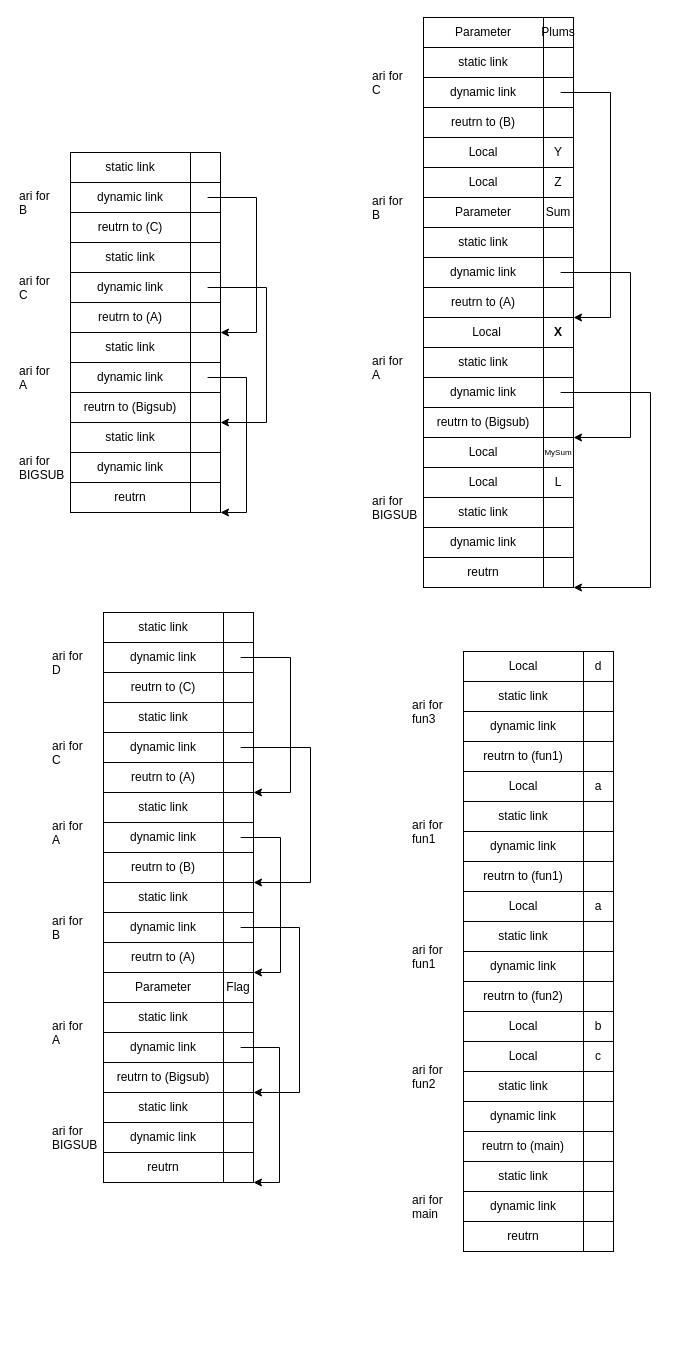
HansenWang983/A-Social-Media-Web-App-with-Microservices keeps this draw.io diagram as stack.drawio. Above is the earlier version. Source tidied: cells renumbered, new cells numbered last; positions are measured from the earlier drawing's top-left corner, leaving out a move shared by most shapes. Both pictures are drawn from the tidied source at 100%, with x=0, y=0 at pixel (17, 17).
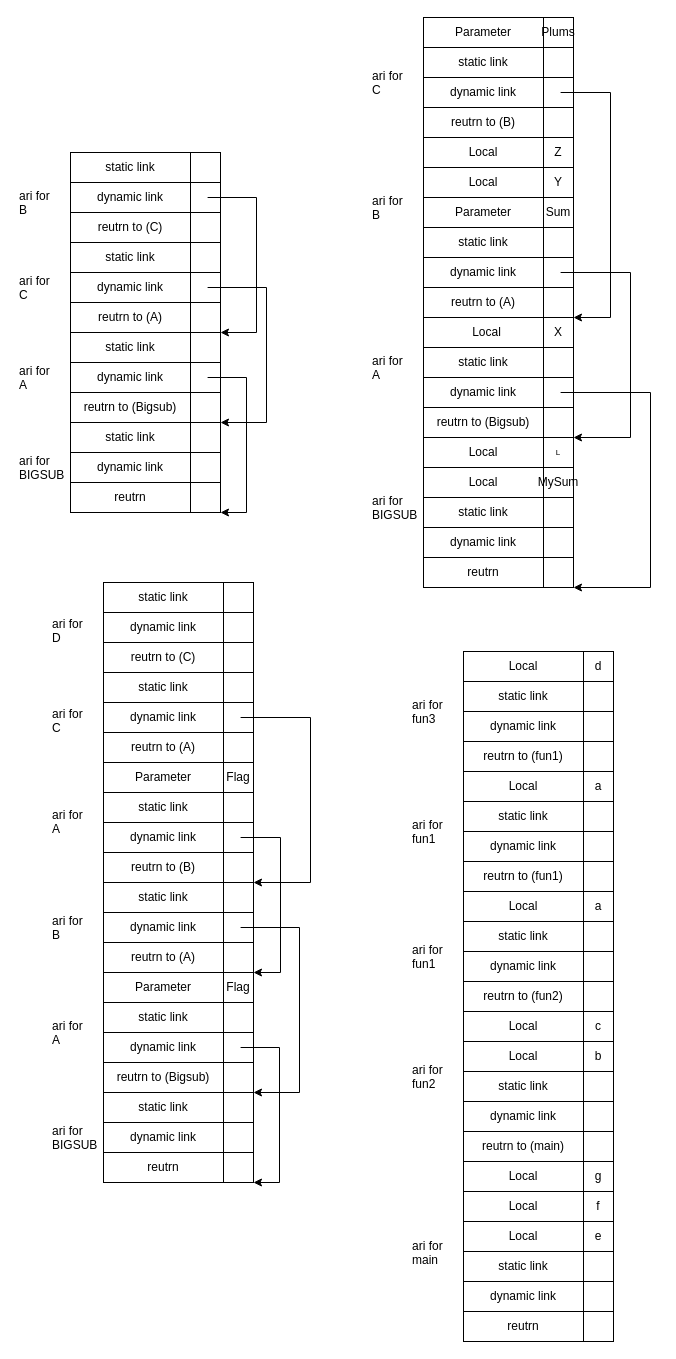
The same diagram, later.

Unchanged cells that the change refers to:
```xml
<mxCell id="130" style="rounded=0;whiteSpace=wrap;html=1;points=[[0,0,0,0,0],[0,0.23,0,0,0],[0,0.5,0,0,0],[0,0.77,0,0,0],[0,1,0,0,0],[0.27,0,0,0,0],[0.27,1,0,0,0],[0.5,0,0,0,0],[0.5,1,0,0,0],[0.57,0.5,0,0,0],[0.77,0,0,0,0],[0.77,1,0,0,0],[1,0,0,0,0],[1,0.27,0,0,0],[1,0.77,0,0,0],[1,1,0,0,0]];" parent="1" vertex="1">
  <mxGeometry x="206" y="865" width="30" height="30" as="geometry" />
</mxCell>
```

Change to the diagram source:
```diff
@@
-    <mxCell id="65" value="X" style="rounded=0;whiteSpace=wrap;html=1;fontStyle=1;" parent="1" vertex="1">
+    <mxCell id="65" value="X" style="rounded=0;whiteSpace=wrap;html=1;fontStyle=0;" parent="1" vertex="1">
       <mxGeometry x="526" y="300" width="30" height="30" as="geometry" />
     </mxCell>
@@
-    <mxCell id="69" value="Z" style="rounded=0;whiteSpace=wrap;html=1;" parent="1" vertex="1">
+    <mxCell id="69" value="Y" style="rounded=0;whiteSpace=wrap;html=1;" parent="1" vertex="1">
       <mxGeometry x="526" y="150" width="30" height="30" as="geometry" />
     </mxCell>
@@
-    <mxCell id="71" value="&lt;span style=&quot;white-space: pre&quot;&gt;Y&lt;/span&gt;" style="rounded=0;whiteSpace=wrap;html=1;" parent="1" vertex="1">
+    <mxCell id="71" value="&lt;span style=&quot;white-space: pre&quot;&gt;Z&lt;/span&gt;" style="rounded=0;whiteSpace=wrap;html=1;" parent="1" vertex="1">
       <mxGeometry x="526" y="120" width="30" height="30" as="geometry" />
     </mxCell>
@@
-    <mxCell id="73" value="MySum" style="rounded=0;whiteSpace=wrap;html=1;points=[[0,0,0,0,0],[0,0.23,0,0,0],[0,0.5,0,0,0],[0,0.77,0,0,0],[0,1,0,0,0],[0.27,0,0,0,0],[0.27,1,0,0,0],[0.5,0,0,0,0],[0.5,1,0,0,0],[0.57,0.5,0,0,0],[0.77,0,0,0,0],[0.77,1,0,0,0],[1,0,0,0,0],[1,0.27,0,0,0],[1,0.77,0,0,0],[1,1,0,0,0]];fontSize=8;" parent="1" vertex="1">
+    <mxCell id="73" value="L" style="rounded=0;whiteSpace=wrap;html=1;points=[[0,0,0,0,0],[0,0.23,0,0,0],[0,0.5,0,0,0],[0,0.77,0,0,0],[0,1,0,0,0],[0.27,0,0,0,0],[0.27,1,0,0,0],[0.5,0,0,0,0],[0.5,1,0,0,0],[0.57,0.5,0,0,0],[0.77,0,0,0,0],[0.77,1,0,0,0],[1,0,0,0,0],[1,0.27,0,0,0],[1,0.77,0,0,0],[1,1,0,0,0]];fontSize=8;" parent="1" vertex="1">
       <mxGeometry x="526" y="420" width="30" height="30" as="geometry" />
     </mxCell>
@@
-    <mxCell id="75" value="L" style="rounded=0;whiteSpace=wrap;html=1;" parent="1" vertex="1">
+    <mxCell id="75" value="MySum" style="rounded=0;whiteSpace=wrap;html=1;" parent="1" vertex="1">
       <mxGeometry x="526" y="450" width="30" height="30" as="geometry" />
     </mxCell>
@@
     <mxCell id="85" style="rounded=0;whiteSpace=wrap;html=1;points=[[0,0,0,0,0],[0,0.23,0,0,0],[0,0.5,0,0,0],[0,0.77,0,0,0],[0,1,0,0,0],[0.27,0,0,0,0],[0.27,1,0,0,0],[0.5,0,0,0,0],[0.5,1,0,0,0],[0.57,0.5,0,0,0],[0.77,0,0,0,0],[0.77,1,0,0,0],[1,0,0,0,0],[1,0.27,0,0,0],[1,0.77,0,0,0],[1,1,0,0,0]];" parent="1" vertex="1">
-      <mxGeometry x="206" y="715" width="30" height="30" as="geometry" />
+      <mxGeometry x="206" y="685" width="30" height="30" as="geometry" />
     </mxCell>
@@
     <mxCell id="102" value="static link" style="rounded=0;whiteSpace=wrap;html=1;" parent="1" vertex="1">
-      <mxGeometry x="86" y="685" width="120" height="30" as="geometry" />
+      <mxGeometry x="86" y="655" width="120" height="30" as="geometry" />
     </mxCell>
     <mxCell id="103" value="dynamic link" style="rounded=0;whiteSpace=wrap;html=1;" parent="1" vertex="1">
-      <mxGeometry x="86" y="715" width="120" height="30" as="geometry" />
+      <mxGeometry x="86" y="685" width="120" height="30" as="geometry" />
     </mxCell>
     <mxCell id="104" value="reutrn to (A)" style="rounded=0;whiteSpace=wrap;html=1;" parent="1" vertex="1">
-      <mxGeometry x="86" y="745" width="120" height="30" as="geometry" />
+      <mxGeometry x="86" y="715" width="120" height="30" as="geometry" />
     </mxCell>
     <mxCell id="105" style="rounded=0;whiteSpace=wrap;html=1;" parent="1" vertex="1">
-      <mxGeometry x="206" y="685" width="30" height="30" as="geometry" />
+      <mxGeometry x="206" y="655" width="30" height="30" as="geometry" />
     </mxCell>
     <mxCell id="106" style="rounded=0;whiteSpace=wrap;html=1;" parent="1" vertex="1">
-      <mxGeometry x="206" y="685" width="30" height="30" as="geometry" />
+      <mxGeometry x="206" y="655" width="30" height="30" as="geometry" />
     </mxCell>
     <mxCell id="107" style="rounded=0;whiteSpace=wrap;html=1;points=[[0,0,0,0,0],[0,0.23,0,0,0],[0,0.5,0,0,0],[0,0.77,0,0,0],[0,1,0,0,0],[0.27,0,0,0,0],[0.27,1,0,0,0],[0.5,0,0,0,0],[0.5,1,0,0,0],[0.57,0.5,0,0,0],[0.77,0,0,0,0],[0.77,1,0,0,0],[1,0,0,0,0],[1,0.27,0,0,0],[1,0.77,0,0,0],[1,1,0,0,0]];fontStyle=1;" parent="1" vertex="1">
-      <mxGeometry x="206" y="745" width="30" height="30" as="geometry" />
+      <mxGeometry x="206" y="715" width="30" height="30" as="geometry" />
     </mxCell>
@@
     <mxCell id="113" value="ari for&lt;br&gt;C" style="text;whiteSpace=wrap;html=1;" parent="1" vertex="1">
-      <mxGeometry x="33" y="715" width="70" height="40" as="geometry" />
+      <mxGeometry x="33" y="683" width="70" height="40" as="geometry" />
     </mxCell>
@@
     <mxCell id="116" style="rounded=0;whiteSpace=wrap;html=1;points=[[0,0,0,0,0],[0,0.23,0,0,0],[0,0.5,0,0,0],[0,0.77,0,0,0],[0,1,0,0,0],[0.27,0,0,0,0],[0.27,1,0,0,0],[0.5,0,0,0,0],[0.5,1,0,0,0],[0.57,0.5,0,0,0],[0.77,0,0,0,0],[0.77,1,0,0,0],[1,0,0,0,0],[1,0.27,0,0,0],[1,0.77,0,0,0],[1,1,0,0,0]];" parent="1" vertex="1">
-      <mxGeometry x="206" y="625" width="30" height="30" as="geometry" />
+      <mxGeometry x="206" y="595" width="30" height="30" as="geometry" />
     </mxCell>
     <mxCell id="117" value="static link" style="rounded=0;whiteSpace=wrap;html=1;" parent="1" vertex="1">
-      <mxGeometry x="86" y="595" width="120" height="30" as="geometry" />
+      <mxGeometry x="86" y="565" width="120" height="30" as="geometry" />
     </mxCell>
     <mxCell id="118" value="dynamic link" style="rounded=0;whiteSpace=wrap;html=1;" parent="1" vertex="1">
-      <mxGeometry x="86" y="625" width="120" height="30" as="geometry" />
+      <mxGeometry x="86" y="595" width="120" height="30" as="geometry" />
     </mxCell>
     <mxCell id="119" value="reutrn to (C)" style="rounded=0;whiteSpace=wrap;html=1;" parent="1" vertex="1">
-      <mxGeometry x="86" y="655" width="120" height="30" as="geometry" />
+      <mxGeometry x="86" y="625" width="120" height="30" as="geometry" />
     </mxCell>
     <mxCell id="120" style="rounded=0;whiteSpace=wrap;html=1;" parent="1" vertex="1">
-      <mxGeometry x="206" y="595" width="30" height="30" as="geometry" />
+      <mxGeometry x="206" y="565" width="30" height="30" as="geometry" />
     </mxCell>
     <mxCell id="121" style="rounded=0;whiteSpace=wrap;html=1;" parent="1" vertex="1">
-      <mxGeometry x="206" y="595" width="30" height="30" as="geometry" />
+      <mxGeometry x="206" y="565" width="30" height="30" as="geometry" />
     </mxCell>
     <mxCell id="122" style="rounded=0;whiteSpace=wrap;html=1;fontStyle=1;" parent="1" vertex="1">
-      <mxGeometry x="206" y="655" width="30" height="30" as="geometry" />
+      <mxGeometry x="206" y="625" width="30" height="30" as="geometry" />
     </mxCell>
     <mxCell id="123" value="ari for&lt;br&gt;D" style="text;whiteSpace=wrap;html=1;" parent="1" vertex="1">
-      <mxGeometry x="33" y="625" width="70" height="40" as="geometry" />
+      <mxGeometry x="33" y="593" width="70" height="40" as="geometry" />
     </mxCell>
@@
-    <mxCell id="125" style="edgeStyle=orthogonalEdgeStyle;rounded=0;jettySize=auto;html=1;exitX=0.57;exitY=0.5;exitDx=0;exitDy=0;exitPerimeter=0;entryX=1;entryY=1;entryDx=0;entryDy=0;entryPerimeter=0;fontSize=8;" parent="1" edge="1" source="116" target="107">
-      <mxGeometry relative="1" as="geometry">
-        <Array as="points">
-          <mxPoint x="273" y="640" />
-          <mxPoint x="273" y="775" />
-        </Array>
-      </mxGeometry>
-    </mxCell>
@@
     <mxCell id="132" value="ari for&lt;br&gt;A" style="text;whiteSpace=wrap;html=1;" parent="1" vertex="1">
-      <mxGeometry x="33" y="795" width="70" height="40" as="geometry" />
+      <mxGeometry x="33" y="784" width="70" height="40" as="geometry" />
     </mxCell>
     <mxCell id="133" style="edgeStyle=orthogonalEdgeStyle;rounded=0;jettySize=auto;html=1;exitX=0.57;exitY=0.5;exitDx=0;exitDy=0;exitPerimeter=0;entryX=1;entryY=0;entryDx=0;entryDy=0;entryPerimeter=0;" parent="1" edge="1" source="85" target="130">
       <mxGeometry relative="1" as="geometry">
         <Array as="points">
-          <mxPoint x="293" y="730" />
+          <mxPoint x="293" y="700" />
           <mxPoint x="293" y="865" />
         </Array>
       </mxGeometry>
     </mxCell>
@@
-    <mxCell id="135" value="static link" style="rounded=0;whiteSpace=wrap;html=1;" parent="1" vertex="1">
+    <mxCell id="135" value="Local" style="rounded=0;whiteSpace=wrap;html=1;" parent="1" vertex="1">
       <mxGeometry x="446" y="1144" width="120" height="30" as="geometry" />
     </mxCell>
-    <mxCell id="136" value="dynamic link" style="rounded=0;whiteSpace=wrap;html=1;" parent="1" vertex="1">
+    <mxCell id="136" value="Local" style="rounded=0;whiteSpace=wrap;html=1;" parent="1" vertex="1">
       <mxGeometry x="446" y="1174" width="120" height="30" as="geometry" />
     </mxCell>
-    <mxCell id="137" value="reutrn" style="rounded=0;whiteSpace=wrap;html=1;" parent="1" vertex="1">
+    <mxCell id="137" value="Local" style="rounded=0;whiteSpace=wrap;html=1;" parent="1" vertex="1">
       <mxGeometry x="446" y="1204" width="120" height="30" as="geometry" />
     </mxCell>
@@
-    <mxCell id="141" style="rounded=0;whiteSpace=wrap;html=1;fontStyle=1;" parent="1" vertex="1">
+    <mxCell id="141" value="g" style="rounded=0;whiteSpace=wrap;html=1;fontStyle=0;" parent="1" vertex="1">
       <mxGeometry x="566" y="1144" width="30" height="30" as="geometry" />
     </mxCell>
@@
-    <mxCell id="160" style="rounded=0;whiteSpace=wrap;html=1;fontStyle=1;" parent="1" vertex="1">
+    <mxCell id="160" value="f" style="rounded=0;whiteSpace=wrap;html=1;fontStyle=0;" parent="1" vertex="1">
       <mxGeometry x="566" y="1174" width="30" height="30" as="geometry" />
     </mxCell>
-    <mxCell id="161" style="rounded=0;whiteSpace=wrap;html=1;fontStyle=1;" parent="1" vertex="1">
+    <mxCell id="161" value="e" style="rounded=0;whiteSpace=wrap;html=1;fontStyle=0;" parent="1" vertex="1">
       <mxGeometry x="566" y="1204" width="30" height="30" as="geometry" />
     </mxCell>
     <mxCell id="162" value="ari for&lt;br&gt;main" style="text;whiteSpace=wrap;html=1;" parent="1" vertex="1">
-      <mxGeometry x="393" y="1169" width="70" height="40" as="geometry" />
+      <mxGeometry x="393" y="1215" width="70" height="40" as="geometry" />
     </mxCell>
@@
-    <mxCell id="174" value="b" style="rounded=0;whiteSpace=wrap;html=1;" parent="1" vertex="1">
+    <mxCell id="174" value="c" style="rounded=0;whiteSpace=wrap;html=1;" parent="1" vertex="1">
       <mxGeometry x="566" y="994" width="30" height="30" as="geometry" />
     </mxCell>
@@
-    <mxCell id="177" value="c" style="rounded=0;whiteSpace=wrap;html=1;fontStyle=0;" parent="1" vertex="1">
+    <mxCell id="177" value="b" style="rounded=0;whiteSpace=wrap;html=1;fontStyle=0;" parent="1" vertex="1">
       <mxGeometry x="566" y="1024" width="30" height="30" as="geometry" />
     </mxCell>
@@
+    <mxCell id="187" value="Parameter" style="rounded=0;whiteSpace=wrap;html=1;" parent="1" vertex="1">
+      <mxGeometry x="86" y="745" width="120" height="30" as="geometry" />
+    </mxCell>
+    <mxCell id="188" value="&lt;span style=&quot;font-weight: normal&quot;&gt;Flag&lt;/span&gt;" style="rounded=0;whiteSpace=wrap;html=1;fontStyle=1;" parent="1" vertex="1">
+      <mxGeometry x="206" y="745" width="30" height="30" as="geometry" />
+    </mxCell>
+    <mxCell id="189" value="static link" style="rounded=0;whiteSpace=wrap;html=1;" parent="1" vertex="1">
+      <mxGeometry x="446" y="1234" width="120" height="30" as="geometry" />
+    </mxCell>
+    <mxCell id="190" value="dynamic link" style="rounded=0;whiteSpace=wrap;html=1;" parent="1" vertex="1">
+      <mxGeometry x="446" y="1264" width="120" height="30" as="geometry" />
+    </mxCell>
+    <mxCell id="191" value="reutrn" style="rounded=0;whiteSpace=wrap;html=1;" parent="1" vertex="1">
+      <mxGeometry x="446" y="1294" width="120" height="30" as="geometry" />
+    </mxCell>
+    <mxCell id="192" style="rounded=0;whiteSpace=wrap;html=1;fontStyle=1;" parent="1" vertex="1">
+      <mxGeometry x="566" y="1234" width="30" height="30" as="geometry" />
+    </mxCell>
+    <mxCell id="193" style="rounded=0;whiteSpace=wrap;html=1;fontStyle=1;" parent="1" vertex="1">
+      <mxGeometry x="566" y="1264" width="30" height="30" as="geometry" />
+    </mxCell>
+    <mxCell id="194" style="rounded=0;whiteSpace=wrap;html=1;fontStyle=1;" parent="1" vertex="1">
+      <mxGeometry x="566" y="1294" width="30" height="30" as="geometry" />
+    </mxCell>
```
